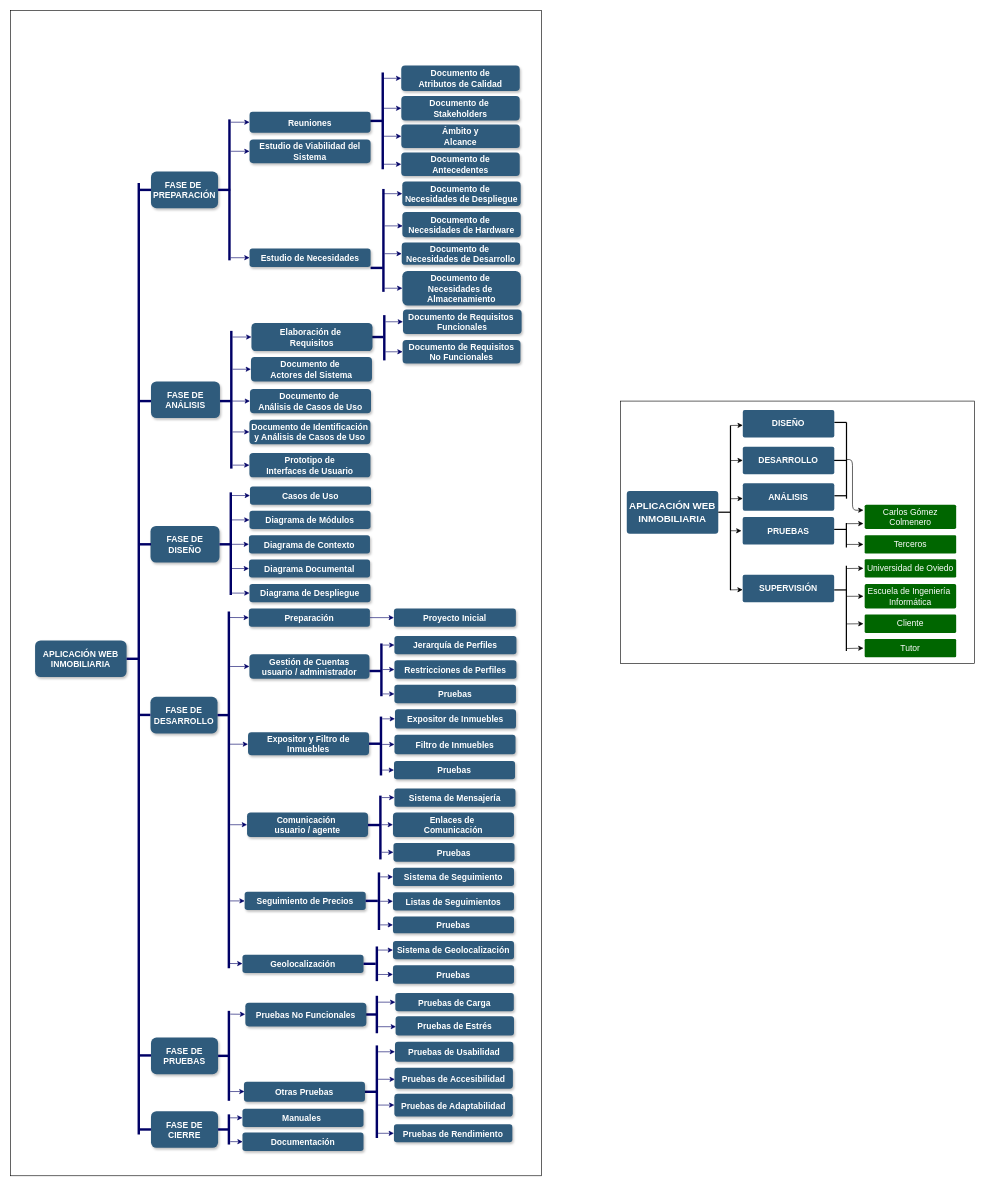
This is material util/Esquemas/PBS.drawio from golmenero/tfg_inmobiliaria, a draw.io file, before an edit. Source tidied: cells renumbered, new cells numbered last; positions are measured from the earlier drawing's top-left corner, leaving out a move shared by most shapes. Both pictures are drawn from the tidied source at 61%, with x=0, y=0 at pixel (-337, 10).
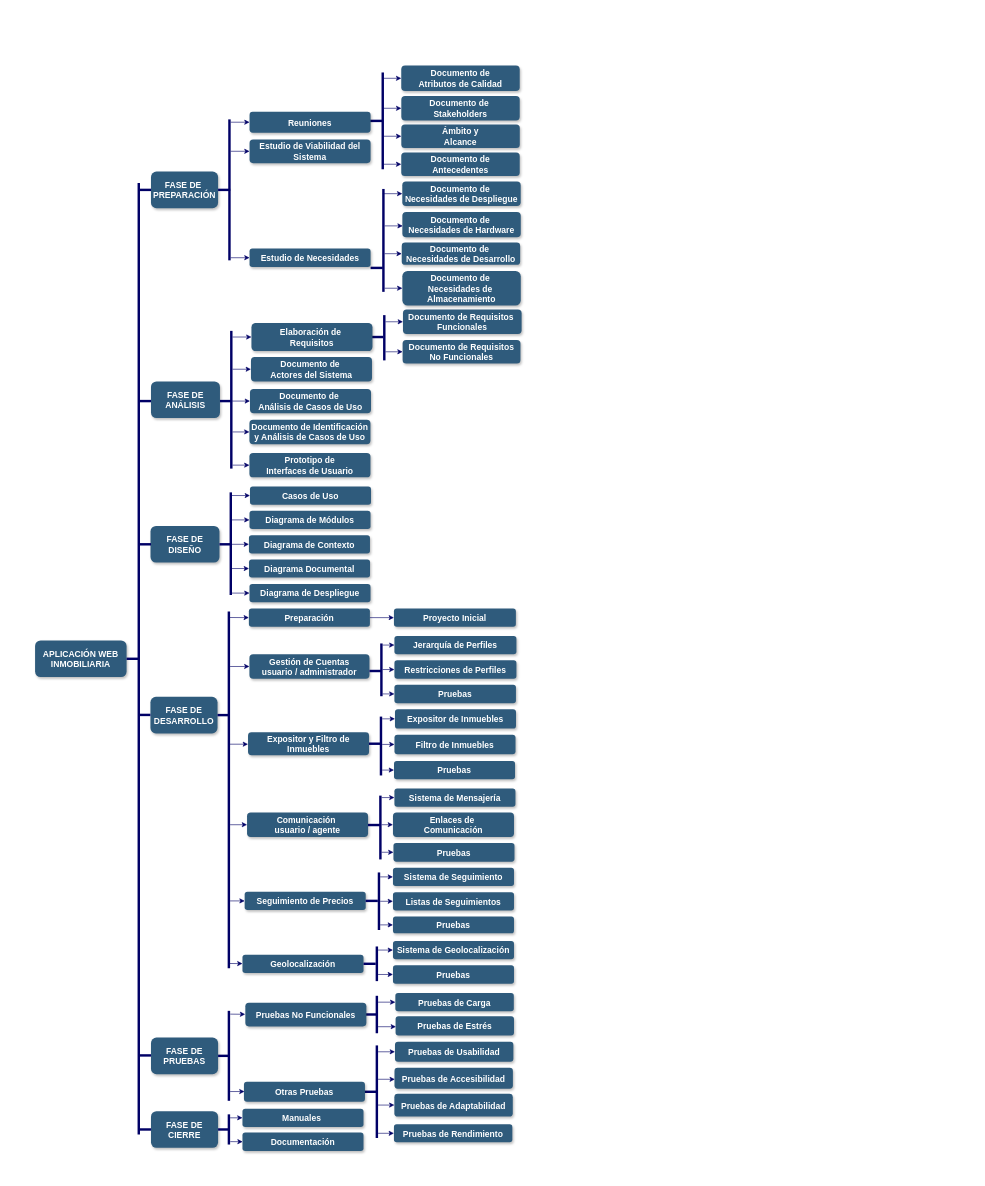
The same diagram, later.

Change to the diagram source:
```diff
@@
-    <mxCell id="2" style="rounded=0;whiteSpace=wrap;html=1;fillColor=#FFFFFF;" parent="1" vertex="1">
-      <mxGeometry x="1570" y="640" width="580" height="430" as="geometry" />
-    </mxCell>
-    <mxCell id="3" style="rounded=0;whiteSpace=wrap;html=1;fillColor=#FFFFFF;" parent="1" vertex="1">
-      <mxGeometry x="570" width="870" height="1910" as="geometry" />
-    </mxCell>
@@
-    <mxCell id="159" value="APLICACIÓN WEB INMOBILIARIA" style="rounded=1;whiteSpace=wrap;html=1;shadow=0;labelBackgroundColor=none;strokeColor=none;strokeWidth=3;fillColor=#2F5B7C;fontFamily=Helvetica;fontSize=16;fontColor=#FFFFFF;align=center;fontStyle=1;spacing=5;arcSize=7;perimeterSpacing=2;" parent="1" vertex="1">
-      <mxGeometry x="1580" y="787.3" width="150" height="70" as="geometry" />
-    </mxCell>
-    <mxCell id="160" value="PRUEBAS" style="rounded=1;whiteSpace=wrap;html=1;shadow=0;labelBackgroundColor=none;strokeColor=none;strokeWidth=3;fillColor=#2F5B7C;fontFamily=Helvetica;fontSize=14;fontColor=#FFFFFF;align=center;spacing=5;fontStyle=1;arcSize=7;perimeterSpacing=2;" parent="1" vertex="1">
-      <mxGeometry x="1770" y="830.2" width="150" height="45" as="geometry" />
-    </mxCell>
-    <mxCell id="161" value="&lt;div&gt;Escuela de Ingeniería&amp;nbsp;&lt;/div&gt;&lt;div&gt;Informática&lt;/div&gt;" style="rounded=1;whiteSpace=wrap;html=1;shadow=0;labelBackgroundColor=none;strokeColor=none;strokeWidth=3;fillColor=#006600;fontFamily=Helvetica;fontSize=14;fontColor=#FFFFFF;align=center;spacing=5;fontStyle=0;arcSize=7;perimeterSpacing=2;" parent="1" vertex="1">
-      <mxGeometry x="1970" y="940" width="150" height="40" as="geometry" />
-    </mxCell>
-    <mxCell id="162" value="&lt;div&gt;Tutor&lt;/div&gt;" style="rounded=1;whiteSpace=wrap;html=1;shadow=0;labelBackgroundColor=none;strokeColor=none;strokeWidth=3;fillColor=#006600;fontFamily=Helvetica;fontSize=14;fontColor=#FFFFFF;align=center;spacing=5;fontStyle=0;arcSize=7;perimeterSpacing=2;" parent="1" vertex="1">
-      <mxGeometry x="1970" y="1030" width="150" height="30" as="geometry" />
-    </mxCell>
-    <mxCell id="163" value="Cliente" style="rounded=1;whiteSpace=wrap;html=1;shadow=0;labelBackgroundColor=none;strokeColor=none;strokeWidth=3;fillColor=#006600;fontFamily=Helvetica;fontSize=14;fontColor=#FFFFFF;align=center;spacing=5;fontStyle=0;arcSize=7;perimeterSpacing=2;" parent="1" vertex="1">
-      <mxGeometry x="1970" y="990" width="150" height="30" as="geometry" />
-    </mxCell>
-    <mxCell id="164" value="Universidad de Oviedo" style="rounded=1;whiteSpace=wrap;html=1;shadow=0;labelBackgroundColor=none;strokeColor=none;strokeWidth=3;fillColor=#006600;fontFamily=Helvetica;fontSize=14;fontColor=#FFFFFF;align=center;spacing=5;fontStyle=0;arcSize=7;perimeterSpacing=2;" parent="1" vertex="1">
-      <mxGeometry x="1970" y="899.2" width="150" height="30" as="geometry" />
-    </mxCell>
-    <mxCell id="165" style="line;strokeWidth=2;html=1;fillColor=#336600;" parent="1" vertex="1">
-      <mxGeometry x="1730" y="817.2" width="20" height="10" as="geometry" />
-    </mxCell>
-    <mxCell id="166" style="line;strokeWidth=2;html=1;fillColor=#2F5B7C;direction=south;" parent="1" vertex="1">
-      <mxGeometry x="1740" y="680" width="20" height="270" as="geometry" />
-    </mxCell>
-    <mxCell id="167" style="endArrow=classic;html=1;strokeColor=#000000;fillColor=#2F5B7C;fontStyle=1;entryX=0;entryY=0.5;entryDx=0;entryDy=0;exitX=0.639;exitY=0.502;exitDx=0;exitDy=0;exitPerimeter=0;" parent="1" edge="1" source="166" target="160">
-      <mxGeometry relative="1" as="geometry" />
-    </mxCell>
-    <mxCell id="168" style="line;strokeWidth=2;html=1;fillColor=#336600;direction=south;" parent="1" vertex="1">
-      <mxGeometry x="1930.2" y="675" width="20" height="125" as="geometry" />
-    </mxCell>
-    <mxCell id="169" style="endArrow=classic;html=1;strokeColor=#000000;fillColor=#000000;fontStyle=1;exitX=0.032;exitY=0.445;exitDx=0;exitDy=0;exitPerimeter=0;entryX=0;entryY=0.5;entryDx=0;entryDy=0;" parent="1" edge="1" source="179" target="164">
-      <mxGeometry relative="1" as="geometry" />
-    </mxCell>
-    <mxCell id="170" style="endArrow=classic;html=1;strokeColor=#000000;fillColor=#000000;fontStyle=1;exitX=0.358;exitY=0.452;exitDx=0;exitDy=0;exitPerimeter=0;entryX=0;entryY=0.5;entryDx=0;entryDy=0;" parent="1" edge="1" source="179" target="161">
-      <mxGeometry relative="1" as="geometry" />
-    </mxCell>
-    <mxCell id="171" style="endArrow=classic;html=1;strokeColor=#000000;fillColor=#000000;fontStyle=1;exitX=0.682;exitY=0.499;exitDx=0;exitDy=0;exitPerimeter=0;entryX=0;entryY=0.5;entryDx=0;entryDy=0;" parent="1" edge="1" source="179" target="163">
-      <mxGeometry relative="1" as="geometry" />
-    </mxCell>
-    <mxCell id="172" value="Terceros" style="rounded=1;whiteSpace=wrap;html=1;shadow=0;labelBackgroundColor=none;strokeColor=none;strokeWidth=3;fillColor=#006600;fontFamily=Helvetica;fontSize=14;fontColor=#FFFFFF;align=center;spacing=5;fontStyle=0;arcSize=7;perimeterSpacing=2;" parent="1" vertex="1">
-      <mxGeometry x="1970" y="860" width="150" height="30" as="geometry" />
-    </mxCell>
-    <mxCell id="173" style="line;strokeWidth=2;html=1;fillColor=#336600;direction=west;" parent="1" vertex="1">
-      <mxGeometry x="1920" y="845.4" width="20" height="10" as="geometry" />
-    </mxCell>
-    <mxCell id="174" style="line;strokeWidth=2;html=1;fillColor=#336600;direction=west;" parent="1" vertex="1">
-      <mxGeometry x="1920.2" y="670" width="20" height="10" as="geometry" />
-    </mxCell>
-    <mxCell id="175" style="line;strokeWidth=2;html=1;fillColor=#336600;direction=west;" parent="1" vertex="1">
-      <mxGeometry x="1910.2" y="732.3" width="30" height="10" as="geometry" />
-    </mxCell>
-    <mxCell id="176" style="line;strokeWidth=2;html=1;fillColor=#336600;direction=west;" parent="1" vertex="1">
-      <mxGeometry x="1920.2" y="790.2" width="20" height="10" as="geometry" />
-    </mxCell>
-    <mxCell id="177" style="line;strokeWidth=2;html=1;fillColor=#336600;direction=south;" parent="1" vertex="1">
-      <mxGeometry x="1930" y="840" width="20" height="40" as="geometry" />
-    </mxCell>
-    <mxCell id="178" style="line;strokeWidth=2;html=1;fillColor=#336600;direction=west;" parent="1" vertex="1">
-      <mxGeometry x="1920" y="944.6" width="20" height="10" as="geometry" />
-    </mxCell>
-    <mxCell id="179" style="line;strokeWidth=2;html=1;fillColor=#336600;direction=south;" parent="1" vertex="1">
-      <mxGeometry x="1930" y="910" width="20" height="139.8" as="geometry" />
-    </mxCell>
-    <mxCell id="180" value="Carlos Gómez Colmenero" style="rounded=1;whiteSpace=wrap;html=1;shadow=0;labelBackgroundColor=none;strokeColor=none;strokeWidth=3;fillColor=#006600;fontFamily=Helvetica;fontSize=14;fontColor=#FFFFFF;align=center;spacing=5;fontStyle=0;arcSize=7;perimeterSpacing=2;" parent="1" vertex="1">
-      <mxGeometry x="1970" y="809.8" width="150" height="40" as="geometry" />
-    </mxCell>
-    <mxCell id="181" style="endArrow=classic;html=1;strokeColor=#000000;fillColor=#000000;fontStyle=1;entryX=0;entryY=0.75;entryDx=0;entryDy=0;exitX=0.025;exitY=0.498;exitDx=0;exitDy=0;exitPerimeter=0;" parent="1" edge="1" source="177" target="180">
-      <mxGeometry relative="1" as="geometry" />
-    </mxCell>
-    <mxCell id="182" style="endArrow=classic;html=1;strokeColor=#000000;fillColor=#000000;fontStyle=1;entryX=0;entryY=0.5;entryDx=0;entryDy=0;" parent="1" edge="1" target="172">
-      <mxGeometry relative="1" as="geometry">
-        <mxPoint x="1940" y="875" as="sourcePoint" />
-      </mxGeometry>
-    </mxCell>
-    <mxCell id="183" value="DISEÑO" style="rounded=1;whiteSpace=wrap;html=1;shadow=0;labelBackgroundColor=none;strokeColor=none;strokeWidth=3;fillColor=#2F5B7C;fontFamily=Helvetica;fontSize=14;fontColor=#FFFFFF;align=center;spacing=5;fontStyle=1;arcSize=7;perimeterSpacing=2;" parent="1" vertex="1">
-      <mxGeometry x="1770.2" y="654.6" width="150" height="45" as="geometry" />
-    </mxCell>
-    <mxCell id="184" value="DESARROLLO" style="rounded=1;whiteSpace=wrap;html=1;shadow=0;labelBackgroundColor=none;strokeColor=none;strokeWidth=3;fillColor=#2F5B7C;fontFamily=Helvetica;fontSize=14;fontColor=#FFFFFF;align=center;spacing=5;fontStyle=1;arcSize=7;perimeterSpacing=2;" parent="1" vertex="1">
-      <mxGeometry x="1770.2" y="714.8" width="150" height="45" as="geometry" />
-    </mxCell>
-    <mxCell id="185" value="ANÁLISIS" style="rounded=1;whiteSpace=wrap;html=1;shadow=0;labelBackgroundColor=none;strokeColor=none;strokeWidth=3;fillColor=#2F5B7C;fontFamily=Helvetica;fontSize=14;fontColor=#FFFFFF;align=center;spacing=5;fontStyle=1;arcSize=7;perimeterSpacing=2;" parent="1" vertex="1">
-      <mxGeometry x="1770.2" y="774.8" width="150" height="45" as="geometry" />
-    </mxCell>
-    <mxCell id="186" value="SUPERVISIÓN" style="rounded=1;whiteSpace=wrap;html=1;shadow=0;labelBackgroundColor=none;strokeColor=none;strokeWidth=3;fillColor=#2F5B7C;fontFamily=Helvetica;fontSize=14;fontColor=#FFFFFF;align=center;spacing=5;fontStyle=1;arcSize=7;perimeterSpacing=2;" parent="1" vertex="1">
-      <mxGeometry x="1770" y="924.8" width="150" height="45" as="geometry" />
-    </mxCell>
-    <mxCell id="187" style="endArrow=classic;html=1;strokeColor=#000000;fillColor=#000000;fontStyle=1;exitX=0.97;exitY=0.457;exitDx=0;exitDy=0;exitPerimeter=0;entryX=0;entryY=0.5;entryDx=0;entryDy=0;" parent="1" edge="1" source="179" target="162">
-      <mxGeometry relative="1" as="geometry" />
-    </mxCell>
-    <mxCell id="188" style="endArrow=classic;html=1;strokeColor=#000000;fillColor=#2F5B7C;fontStyle=1;entryX=0.014;entryY=0.494;entryDx=0;entryDy=0;entryPerimeter=0;" parent="1" edge="1">
-      <mxGeometry relative="1" as="geometry">
-        <mxPoint x="1750" y="680" as="sourcePoint" />
-        <mxPoint x="1770.2" y="679.7" as="targetPoint" />
-      </mxGeometry>
-    </mxCell>
-    <mxCell id="189" style="endArrow=classic;html=1;strokeColor=#000000;fillColor=#2F5B7C;fontStyle=1;entryX=0.014;entryY=0.494;entryDx=0;entryDy=0;entryPerimeter=0;" parent="1" edge="1">
-      <mxGeometry relative="1" as="geometry">
-        <mxPoint x="1750" y="737.5" as="sourcePoint" />
-        <mxPoint x="1770.2" y="737.2" as="targetPoint" />
-      </mxGeometry>
-    </mxCell>
-    <mxCell id="190" style="endArrow=classic;html=1;strokeColor=#000000;fillColor=#2F5B7C;fontStyle=1;entryX=0.014;entryY=0.494;entryDx=0;entryDy=0;entryPerimeter=0;" parent="1" edge="1">
-      <mxGeometry relative="1" as="geometry">
-        <mxPoint x="1750" y="800.1" as="sourcePoint" />
-        <mxPoint x="1770.2" y="799.8" as="targetPoint" />
-      </mxGeometry>
-    </mxCell>
-    <mxCell id="191" style="endArrow=classic;html=1;strokeColor=#000000;fillColor=#2F5B7C;fontStyle=1;entryX=0.014;entryY=0.494;entryDx=0;entryDy=0;entryPerimeter=0;" parent="1" edge="1">
-      <mxGeometry relative="1" as="geometry">
-        <mxPoint x="1749.8" y="949.5" as="sourcePoint" />
-        <mxPoint x="1770" y="949.2" as="targetPoint" />
-      </mxGeometry>
-    </mxCell>
-    <mxCell id="192" style="endArrow=classic;html=1;strokeColor=#000000;fillColor=#000000;fontStyle=1;entryX=0;entryY=0.25;entryDx=0;entryDy=0;exitX=0.009;exitY=0.649;exitDx=0;exitDy=0;exitPerimeter=0;" parent="1" edge="1" source="175" target="180">
-      <mxGeometry relative="1" as="geometry">
-        <Array as="points">
-          <mxPoint x="1950" y="736" />
-          <mxPoint x="1950" y="819" />
-        </Array>
-      </mxGeometry>
-    </mxCell>
```
